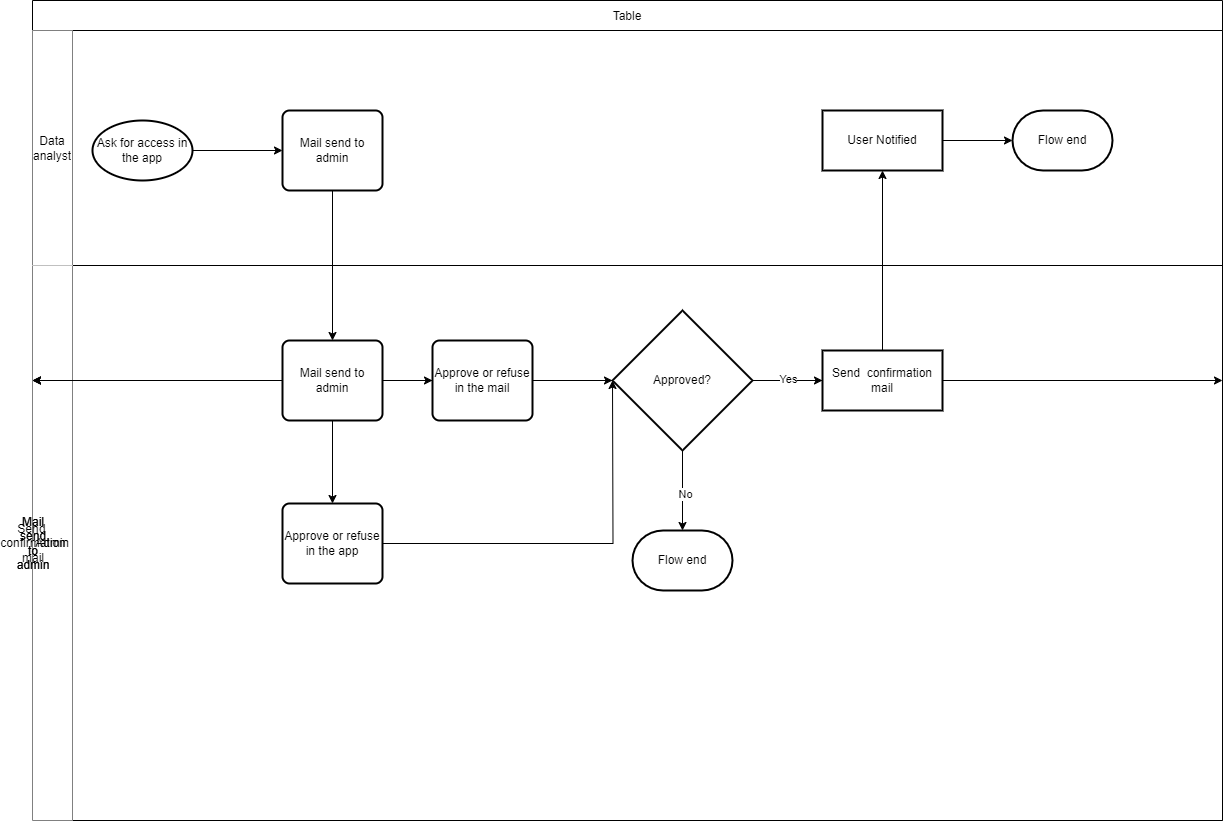
Before: Untitled Diagram.drawio.png, a diagram exported from draw.io (SvampK/shops-data-app). Source tidied: cells renumbered, new cells last; positions are measured from the earlier drawing's top-left corner, leaving out a move shared by most shapes. Source of this version:
```xml
<mxGraphModel>
  <root>
    <mxCell id="0" />
    <mxCell id="1" parent="0" />
    <mxCell id="2" value="Table" style="shape=table;startSize=30;" parent="1" vertex="1">
      <mxGeometry width="1190" height="820" as="geometry" />
    </mxCell>
    <mxCell id="3" style="shape=tableRow;horizontal=0;startSize=0;swimlaneHead=0;swimlaneBody=0;strokeColor=inherit;top=0;left=0;bottom=0;right=0;fillColor=none;points=[[0,0.5],[1,0.5]];portConstraint=eastwest;" parent="2" vertex="1">
      <mxGeometry y="30" width="1190" height="235" as="geometry" />
    </mxCell>
    <mxCell id="4" value="Data analyst" style="shape=partialRectangle;html=1;whiteSpace=wrap;strokeColor=inherit;overflow=hidden;fillColor=default;top=0;left=0;bottom=0;right=0;" parent="3" vertex="1">
      <mxGeometry width="40" height="235" as="geometry" />
    </mxCell>
    <mxCell id="5" style="shape=partialRectangle;html=1;whiteSpace=wrap;strokeColor=inherit;overflow=hidden;fillColor=none;top=0;left=0;bottom=0;right=0;" parent="3" vertex="1">
      <mxGeometry x="40" width="1150" height="235" as="geometry" />
    </mxCell>
    <mxCell id="6" style="shape=tableRow;horizontal=0;startSize=0;swimlaneHead=0;swimlaneBody=0;strokeColor=inherit;top=0;left=0;bottom=0;right=0;fillColor=none;" parent="2" vertex="1">
      <mxGeometry y="265" width="1190" height="555" as="geometry" />
    </mxCell>
    <mxCell id="7" value="Admin" style="shape=partialRectangle;html=1;whiteSpace=wrap;strokeColor=inherit;overflow=hidden;fillColor=default;top=0;left=0;bottom=0;right=0;" parent="6" vertex="1">
      <mxGeometry width="40" height="555" as="geometry" />
    </mxCell>
    <mxCell id="8" style="shape=partialRectangle;html=1;whiteSpace=wrap;strokeColor=inherit;overflow=hidden;fillColor=none;top=0;left=0;bottom=0;right=0;" parent="6" vertex="1">
      <mxGeometry x="40" width="1150" height="555" as="geometry" />
    </mxCell>
    <mxCell id="9" style="whiteSpace=wrap;html=1;strokeWidth=2;" parent="6" vertex="1">
      <mxGeometry x="1190" height="555" as="geometry" />
    </mxCell>
    <mxCell id="10" value="Send&amp;nbsp; confirmation mail" style="whiteSpace=wrap;html=1;strokeWidth=2;" parent="6" vertex="1">
      <mxGeometry height="555" as="geometry" />
    </mxCell>
    <mxCell id="11" value="Mail send to admin" style="rounded=1;whiteSpace=wrap;html=1;absoluteArcSize=1;arcSize=14;strokeWidth=2;" parent="6" vertex="1">
      <mxGeometry height="555" as="geometry" />
    </mxCell>
    <mxCell id="12" value="Mail send to admin" style="rounded=1;whiteSpace=wrap;html=1;absoluteArcSize=1;arcSize=14;strokeWidth=2;" parent="6" vertex="1">
      <mxGeometry height="555" as="geometry" />
    </mxCell>
    <mxCell id="13" style="whiteSpace=wrap;html=1;rounded=1;arcSize=14;strokeWidth=2;" parent="6" vertex="1">
      <mxGeometry height="555" as="geometry" />
    </mxCell>
    <mxCell id="14" style="edgeStyle=orthogonalEdgeStyle;rounded=0;jettySize=auto;html=1;exitX=1;exitY=0.5;exitDx=0;exitDy=0;exitPerimeter=0;" parent="1" edge="1" source="16" target="3">
      <mxGeometry relative="1" as="geometry">
        <Array as="points">
          <mxPoint x="250" y="150" />
          <mxPoint x="250" y="150" />
        </Array>
      </mxGeometry>
    </mxCell>
    <mxCell id="15" style="edgeStyle=orthogonalEdgeStyle;rounded=0;jettySize=auto;html=1;" parent="1" edge="1" source="16" target="18">
      <mxGeometry relative="1" as="geometry" />
    </mxCell>
    <mxCell id="16" value="Ask for access in the app" style="strokeWidth=2;html=1;shape=mxgraph.flowchart.start_1;whiteSpace=wrap;" parent="1" vertex="1">
      <mxGeometry x="60" y="120" width="100" height="60" as="geometry" />
    </mxCell>
    <mxCell id="17" style="edgeStyle=orthogonalEdgeStyle;rounded=0;jettySize=auto;html=1;" parent="1" edge="1" source="18" target="25">
      <mxGeometry relative="1" as="geometry" />
    </mxCell>
    <mxCell id="18" value="Mail send to admin" style="rounded=1;whiteSpace=wrap;html=1;absoluteArcSize=1;arcSize=14;strokeWidth=2;" parent="1" vertex="1">
      <mxGeometry x="250" y="110" width="100" height="80" as="geometry" />
    </mxCell>
    <mxCell id="19" style="edgeStyle=orthogonalEdgeStyle;rounded=0;jettySize=auto;html=1;" parent="1" edge="1" source="31" target="9">
      <mxGeometry relative="1" as="geometry" />
    </mxCell>
    <mxCell id="20" style="edgeStyle=orthogonalEdgeStyle;rounded=0;jettySize=auto;html=1;" parent="1" edge="1" source="33" target="10">
      <mxGeometry relative="1" as="geometry" />
    </mxCell>
    <mxCell id="21" style="edgeStyle=orthogonalEdgeStyle;rounded=0;jettySize=auto;html=1;" parent="1" edge="1" source="25" target="12">
      <mxGeometry relative="1" as="geometry" />
    </mxCell>
    <mxCell id="22" style="edgeStyle=orthogonalEdgeStyle;rounded=0;jettySize=auto;html=1;" parent="1" edge="1" source="25" target="27">
      <mxGeometry relative="1" as="geometry" />
    </mxCell>
    <mxCell id="23" style="edgeStyle=orthogonalEdgeStyle;rounded=0;jettySize=auto;html=1;" parent="1" edge="1" source="25" target="13">
      <mxGeometry relative="1" as="geometry" />
    </mxCell>
    <mxCell id="24" style="edgeStyle=orthogonalEdgeStyle;rounded=0;jettySize=auto;html=1;" parent="1" edge="1" source="25" target="41">
      <mxGeometry relative="1" as="geometry" />
    </mxCell>
    <mxCell id="25" value="Mail send to admin" style="rounded=1;whiteSpace=wrap;html=1;absoluteArcSize=1;arcSize=14;strokeWidth=2;" parent="1" vertex="1">
      <mxGeometry x="250" y="340" width="100" height="80" as="geometry" />
    </mxCell>
    <mxCell id="26" style="edgeStyle=orthogonalEdgeStyle;rounded=0;jettySize=auto;html=1;exitX=1;exitY=0.5;exitDx=0;exitDy=0;" parent="1" edge="1" source="27">
      <mxGeometry relative="1" as="geometry">
        <mxPoint x="580" y="380" as="targetPoint" />
      </mxGeometry>
    </mxCell>
    <mxCell id="27" value="Approve or refuse in the app" style="rounded=1;whiteSpace=wrap;html=1;absoluteArcSize=1;arcSize=14;strokeWidth=2;" parent="1" vertex="1">
      <mxGeometry x="250" y="503" width="100" height="80" as="geometry" />
    </mxCell>
    <mxCell id="28" style="group;" parent="1" vertex="1">
      <mxGeometry x="580" y="110" width="500" height="480" as="geometry" />
    </mxCell>
    <mxCell id="29" style="edgeStyle=orthogonalEdgeStyle;rounded=0;jettySize=auto;html=1;exitX=0.5;exitY=1;exitDx=0;exitDy=0;exitPerimeter=0;" parent="28" edge="1" source="31" target="32">
      <mxGeometry relative="1" as="geometry" />
    </mxCell>
    <mxCell id="30" value="No" style="edgeLabel;html=1;align=center;verticalAlign=middle;" parent="29" vertex="1">
      <mxGeometry x="0.07" y="2" relative="1" as="geometry" />
    </mxCell>
    <mxCell id="31" value="Approved?" style="strokeWidth=2;html=1;shape=mxgraph.flowchart.decision;whiteSpace=wrap;" parent="28" vertex="1">
      <mxGeometry y="200" width="140" height="140" as="geometry" />
    </mxCell>
    <mxCell id="32" value="Flow end" style="strokeWidth=2;html=1;shape=mxgraph.flowchart.terminator;whiteSpace=wrap;" parent="28" vertex="1">
      <mxGeometry x="20" y="420" width="100" height="60" as="geometry" />
    </mxCell>
    <mxCell id="33" value="Send&amp;nbsp; confirmation mail" style="whiteSpace=wrap;html=1;strokeWidth=2;" parent="28" vertex="1">
      <mxGeometry x="210" y="240" width="120" height="60" as="geometry" />
    </mxCell>
    <mxCell id="34" style="edgeStyle=orthogonalEdgeStyle;rounded=0;jettySize=auto;html=1;" parent="28" edge="1" source="31" target="33">
      <mxGeometry relative="1" as="geometry" />
    </mxCell>
    <mxCell id="35" value="Yes" style="edgeLabel;html=1;align=center;verticalAlign=middle;" parent="34" vertex="1">
      <mxGeometry y="2" relative="1" as="geometry" />
    </mxCell>
    <mxCell id="36" value="Flow end" style="strokeWidth=2;html=1;shape=mxgraph.flowchart.terminator;whiteSpace=wrap;" parent="28" vertex="1">
      <mxGeometry x="400" width="100" height="60" as="geometry" />
    </mxCell>
    <mxCell id="37" style="edgeStyle=orthogonalEdgeStyle;rounded=0;jettySize=auto;html=1;" parent="28" edge="1" source="38" target="36">
      <mxGeometry relative="1" as="geometry" />
    </mxCell>
    <mxCell id="38" value="User Notified" style="whiteSpace=wrap;html=1;strokeWidth=2;" parent="28" vertex="1">
      <mxGeometry x="210" width="120" height="60" as="geometry" />
    </mxCell>
    <mxCell id="39" style="edgeStyle=orthogonalEdgeStyle;rounded=0;jettySize=auto;html=1;" parent="28" edge="1" source="33" target="38">
      <mxGeometry relative="1" as="geometry" />
    </mxCell>
    <mxCell id="40" style="edgeStyle=orthogonalEdgeStyle;rounded=0;jettySize=auto;html=1;" parent="1" edge="1" source="41" target="31">
      <mxGeometry relative="1" as="geometry" />
    </mxCell>
    <mxCell id="41" value="Approve or refuse in the mail" style="rounded=1;whiteSpace=wrap;html=1;absoluteArcSize=1;arcSize=14;strokeWidth=2;" parent="1" vertex="1">
      <mxGeometry x="400" y="340" width="100" height="80" as="geometry" />
    </mxCell>
  </root>
</mxGraphModel>
```
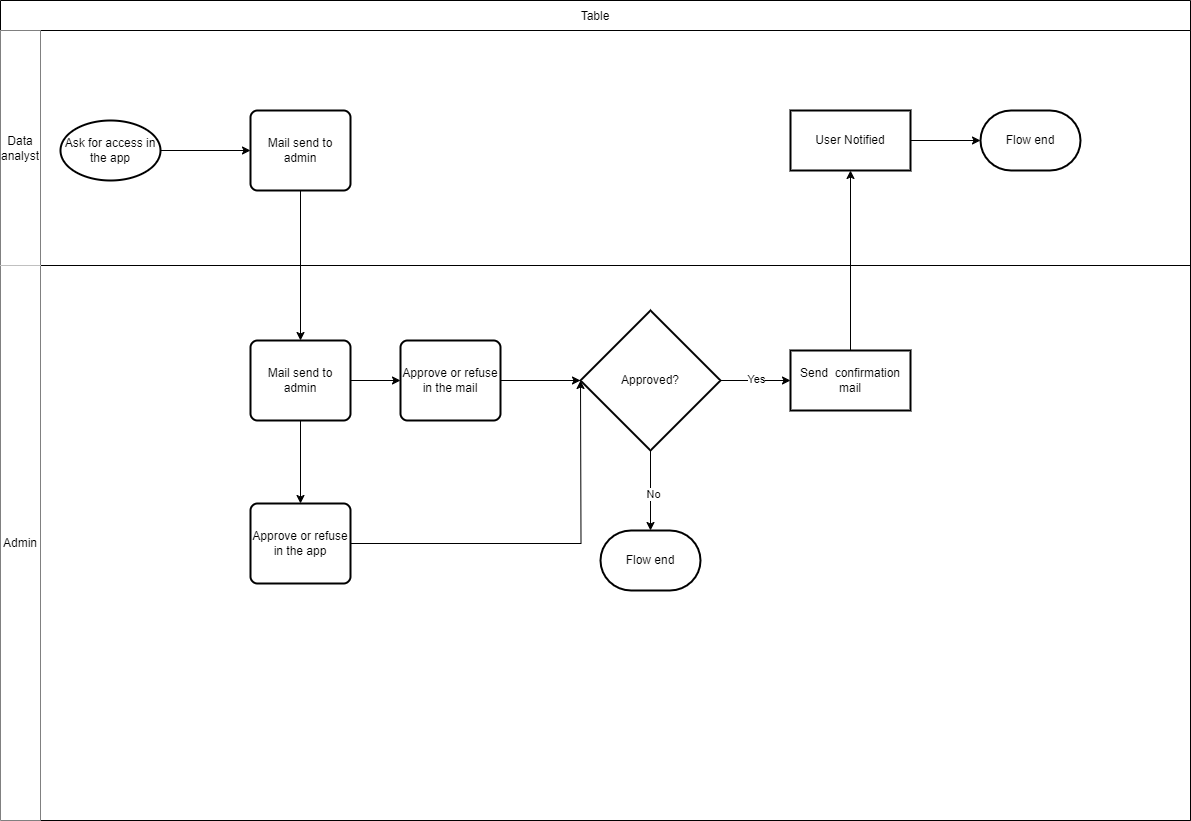
Above is the later version.

Diff of the diagram source:
```diff
@@ -32,7 +32,7 @@
     <mxCell id="11" value="Mail send to admin" style="rounded=1;whiteSpace=wrap;html=1;absoluteArcSize=1;arcSize=14;strokeWidth=2;" parent="6" vertex="1">
       <mxGeometry height="555" as="geometry" />
     </mxCell>
-    <mxCell id="12" value="Mail send to admin" style="rounded=1;whiteSpace=wrap;html=1;absoluteArcSize=1;arcSize=14;strokeWidth=2;" parent="6" vertex="1">
+    <mxCell id="12" style="rounded=1;whiteSpace=wrap;html=1;absoluteArcSize=1;arcSize=14;strokeWidth=2;" parent="6" vertex="1">
       <mxGeometry height="555" as="geometry" />
     </mxCell>
     <mxCell id="13" style="whiteSpace=wrap;html=1;rounded=1;arcSize=14;strokeWidth=2;" parent="6" vertex="1">
```
